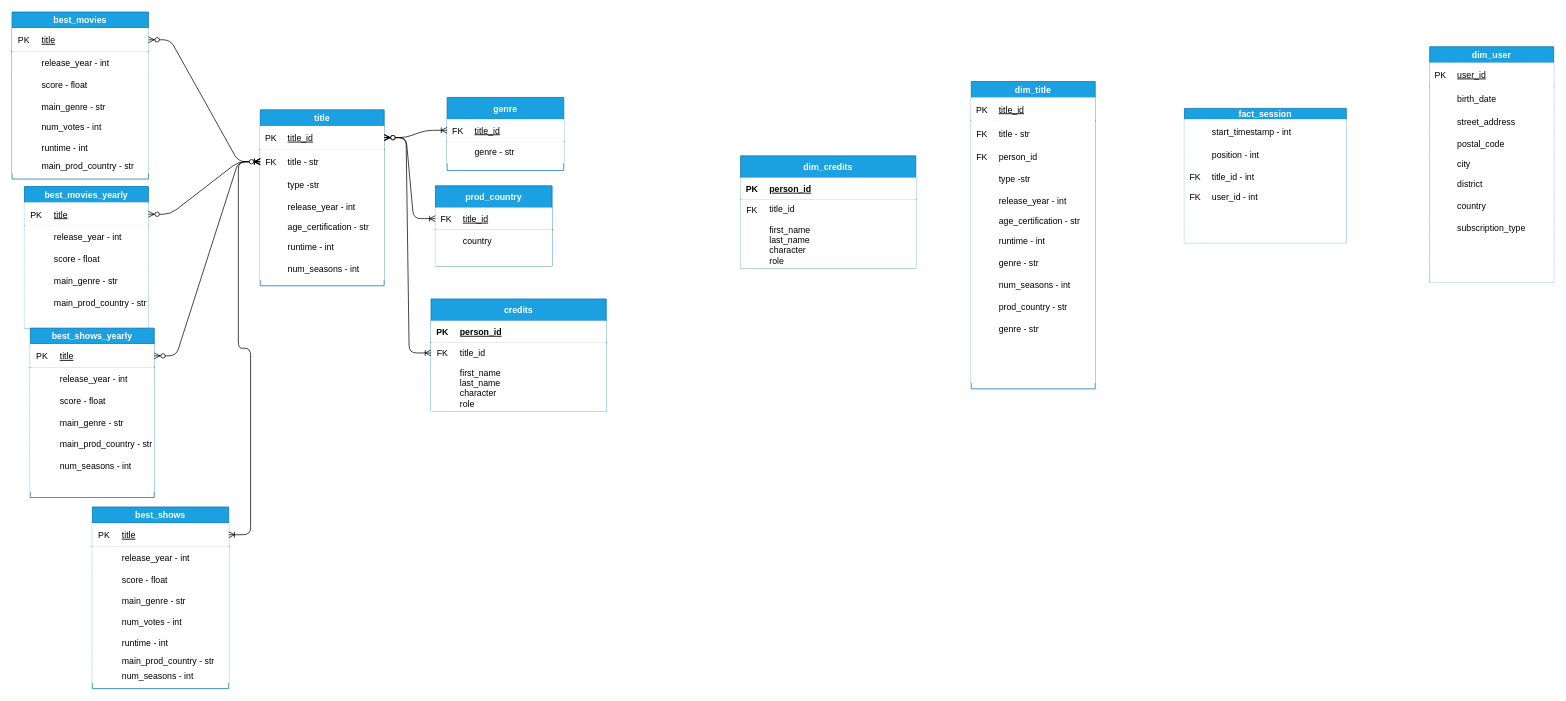
codeslp/recommender_db keeps this draw.io diagram as artifacts/recommender_db.drawio. Above is the earlier version. Source tidied: cells renumbered, new cells numbered last; positions are measured from the earlier drawing's top-left corner, leaving out a move shared by most shapes. Both pictures are drawn from the tidied source at 73%, with x=0, y=0 at pixel (12, 12).
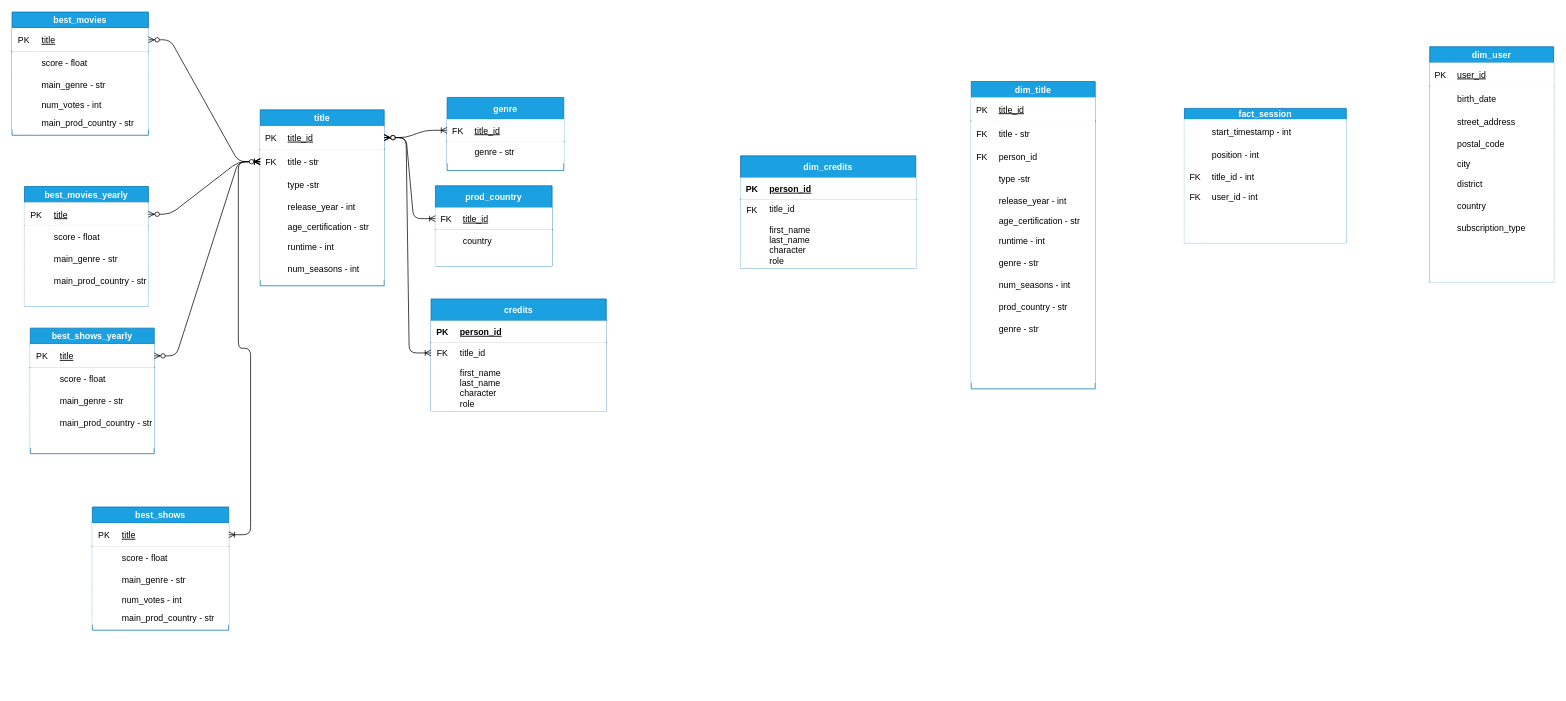
Above is the later version.

Change to the diagram source:
```diff
@@
     <mxCell id="54" value="best_movies_yearly" style="shape=table;startSize=22;childLayout=tableLayout;rowLines=0;fontStyle=1;align=center;fillColor=#1ba1e2;strokeColor=#006EAF;fontColor=#ffffff;" parent="1" vertex="1">
-      <mxGeometry x="17" y="239" width="169.8" height="194" as="geometry" />
+      <mxGeometry x="17" y="239" width="169.8" height="164" as="geometry" />
     </mxCell>
@@
-    <mxCell id="58" style="shape=partialRectangle;top=0;left=0;right=0;bottom=0;" parent="54" vertex="1">
-      <mxGeometry y="54" width="169.8" height="30" as="geometry" />
-    </mxCell>
-    <mxCell id="59" style="shape=partialRectangle;overflow=hidden;top=0;left=0;bottom=0;right=0;" parent="58" vertex="1">
-      <mxGeometry width="32.8" height="30" as="geometry" />
-    </mxCell>
-    <mxCell id="60" value="release_year - int" style="shape=partialRectangle;overflow=hidden;top=0;left=0;bottom=0;right=0;align=left;spacingLeft=6;" parent="58" vertex="1">
-      <mxGeometry x="32.8" width="137" height="30" as="geometry" />
-    </mxCell>
     <mxCell id="61" style="shape=partialRectangle;top=0;left=0;right=0;bottom=0;" parent="54" vertex="1">
-      <mxGeometry y="84" width="169.8" height="30" as="geometry" />
+      <mxGeometry y="54" width="169.8" height="30" as="geometry" />
     </mxCell>
@@
     <mxCell id="64" style="shape=partialRectangle;top=0;left=0;right=0;bottom=0;" parent="54" vertex="1">
-      <mxGeometry y="114" width="169.8" height="30" as="geometry" />
+      <mxGeometry y="84" width="169.8" height="30" as="geometry" />
     </mxCell>
@@
     <mxCell id="67" style="shape=partialRectangle;top=0;left=0;right=0;bottom=0;" parent="54" vertex="1">
-      <mxGeometry y="144" width="169.8" height="30" as="geometry" />
+      <mxGeometry y="114" width="169.8" height="30" as="geometry" />
     </mxCell>
@@
     <mxCell id="70" style="shape=partialRectangle;top=0;left=0;right=0;bottom=0;" parent="54" vertex="1">
-      <mxGeometry y="174" width="169.8" height="20" as="geometry" />
+      <mxGeometry y="144" width="169.8" height="20" as="geometry" />
     </mxCell>
@@
     <mxCell id="74" value="best_movies" style="shape=table;startSize=22;childLayout=tableLayout;rowLines=0;fontStyle=1;align=center;fillColor=#1ba1e2;strokeColor=#006EAF;fontColor=#ffffff;" parent="1" vertex="1">
-      <mxGeometry width="186.8" height="228.8" as="geometry" />
+      <mxGeometry width="186.8" height="168.8" as="geometry" />
     </mxCell>
@@
-    <mxCell id="78" style="shape=partialRectangle;top=0;left=0;right=0;bottom=0;" parent="74" vertex="1">
-      <mxGeometry y="54" width="186.8" height="30" as="geometry" />
-    </mxCell>
-    <mxCell id="79" style="shape=partialRectangle;overflow=hidden;top=0;left=0;bottom=0;right=0;" parent="78" vertex="1">
-      <mxGeometry width="32.8" height="30" as="geometry" />
-    </mxCell>
-    <mxCell id="80" value="release_year - int" style="shape=partialRectangle;overflow=hidden;top=0;left=0;bottom=0;right=0;align=left;spacingLeft=6;" parent="78" vertex="1">
-      <mxGeometry x="32.8" width="154" height="30" as="geometry" />
-    </mxCell>
     <mxCell id="81" style="shape=partialRectangle;top=0;left=0;right=0;bottom=0;" parent="74" vertex="1">
-      <mxGeometry y="84" width="186.8" height="30" as="geometry" />
+      <mxGeometry y="54" width="186.8" height="30" as="geometry" />
     </mxCell>
@@
     <mxCell id="84" style="shape=partialRectangle;top=0;left=0;right=0;bottom=0;" parent="74" vertex="1">
-      <mxGeometry y="114" width="186.8" height="30" as="geometry" />
+      <mxGeometry y="84" width="186.8" height="30" as="geometry" />
     </mxCell>
@@
     <mxCell id="87" style="shape=partialRectangle;top=0;left=0;right=0;bottom=0;" parent="74" vertex="1">
-      <mxGeometry y="144" width="186.8" height="27" as="geometry" />
+      <mxGeometry y="114" width="186.8" height="27" as="geometry" />
     </mxCell>
@@
-    <mxCell id="90" style="shape=partialRectangle;top=0;left=0;right=0;bottom=0;" parent="74" vertex="1">
-      <mxGeometry y="171" width="186.8" height="30" as="geometry" />
-    </mxCell>
-    <mxCell id="91" style="shape=partialRectangle;overflow=hidden;top=0;left=0;bottom=0;right=0;" parent="90" vertex="1">
-      <mxGeometry width="32.8" height="30" as="geometry" />
-    </mxCell>
-    <mxCell id="92" value="runtime - int" style="shape=partialRectangle;overflow=hidden;top=0;left=0;bottom=0;right=0;align=left;spacingLeft=6;" parent="90" vertex="1">
-      <mxGeometry x="32.8" width="154" height="30" as="geometry" />
-    </mxCell>
     <mxCell id="93" style="shape=partialRectangle;top=0;left=0;right=0;bottom=0;" parent="74" vertex="1">
-      <mxGeometry y="201" width="186.8" height="20" as="geometry" />
+      <mxGeometry y="141" width="186.8" height="20" as="geometry" />
     </mxCell>
@@
     <mxCell id="97" value="best_shows_yearly" style="shape=table;startSize=22;childLayout=tableLayout;rowLines=0;fontStyle=1;align=center;fillColor=#1ba1e2;strokeColor=#006EAF;fontColor=#ffffff;" parent="1" vertex="1">
-      <mxGeometry x="25" y="433" width="169.8" height="232" as="geometry" />
+      <mxGeometry x="25" y="433" width="169.8" height="172" as="geometry" />
     </mxCell>
@@
-    <mxCell id="101" style="shape=partialRectangle;top=0;left=0;right=0;bottom=0;" parent="97" vertex="1">
-      <mxGeometry y="54" width="169.8" height="30" as="geometry" />
-    </mxCell>
-    <mxCell id="102" style="shape=partialRectangle;overflow=hidden;top=0;left=0;bottom=0;right=0;" parent="101" vertex="1">
-      <mxGeometry width="32.8" height="30" as="geometry" />
-    </mxCell>
-    <mxCell id="103" value="release_year - int" style="shape=partialRectangle;overflow=hidden;top=0;left=0;bottom=0;right=0;align=left;spacingLeft=6;" parent="101" vertex="1">
-      <mxGeometry x="32.8" width="137" height="30" as="geometry" />
-    </mxCell>
     <mxCell id="104" style="shape=partialRectangle;top=0;left=0;right=0;bottom=0;" parent="97" vertex="1">
-      <mxGeometry y="84" width="169.8" height="30" as="geometry" />
+      <mxGeometry y="54" width="169.8" height="30" as="geometry" />
     </mxCell>
@@
     <mxCell id="107" style="shape=partialRectangle;top=0;left=0;right=0;bottom=0;" parent="97" vertex="1">
-      <mxGeometry y="114" width="169.8" height="30" as="geometry" />
+      <mxGeometry y="84" width="169.8" height="30" as="geometry" />
     </mxCell>
@@
     <mxCell id="110" style="shape=partialRectangle;top=0;left=0;right=0;bottom=0;" parent="97" vertex="1">
-      <mxGeometry y="144" width="169.8" height="30" as="geometry" />
+      <mxGeometry y="114" width="169.8" height="30" as="geometry" />
     </mxCell>
@@
-    <mxCell id="113" style="shape=partialRectangle;top=0;left=0;right=0;bottom=0;" parent="97" vertex="1">
-      <mxGeometry y="174" width="169.8" height="30" as="geometry" />
-    </mxCell>
-    <mxCell id="114" style="shape=partialRectangle;overflow=hidden;top=0;left=0;bottom=0;right=0;" parent="113" vertex="1">
-      <mxGeometry width="32.8" height="30" as="geometry" />
-    </mxCell>
-    <mxCell id="115" value="num_seasons - int" style="shape=partialRectangle;overflow=hidden;top=0;left=0;bottom=0;right=0;align=left;spacingLeft=6;" parent="113" vertex="1">
-      <mxGeometry x="32.8" width="137" height="30" as="geometry" />
-    </mxCell>
     <mxCell id="116" style="shape=partialRectangle;top=0;left=0;right=0;bottom=0;" parent="97" vertex="1">
-      <mxGeometry y="204" width="169.8" height="20" as="geometry" />
+      <mxGeometry y="144" width="169.8" height="20" as="geometry" />
     </mxCell>
@@
     <mxCell id="119" value="best_shows" style="shape=table;startSize=22;childLayout=tableLayout;rowLines=0;fontStyle=1;align=center;fillColor=#1ba1e2;strokeColor=#006EAF;fontColor=#ffffff;" parent="1" vertex="1">
-      <mxGeometry x="110" y="678" width="186.8" height="248.8" as="geometry" />
+      <mxGeometry x="110" y="678" width="186.8" height="168.8" as="geometry" />
     </mxCell>
@@
-    <mxCell id="123" style="shape=partialRectangle;top=0;left=0;right=0;bottom=0;" parent="119" vertex="1">
-      <mxGeometry y="54" width="186.8" height="30" as="geometry" />
-    </mxCell>
-    <mxCell id="124" style="shape=partialRectangle;overflow=hidden;top=0;left=0;bottom=0;right=0;" parent="123" vertex="1">
-      <mxGeometry width="32.8" height="30" as="geometry" />
-    </mxCell>
-    <mxCell id="125" value="release_year - int" style="shape=partialRectangle;overflow=hidden;top=0;left=0;bottom=0;right=0;align=left;spacingLeft=6;" parent="123" vertex="1">
-      <mxGeometry x="32.8" width="154" height="30" as="geometry" />
-    </mxCell>
     <mxCell id="126" style="shape=partialRectangle;top=0;left=0;right=0;bottom=0;" parent="119" vertex="1">
-      <mxGeometry y="84" width="186.8" height="30" as="geometry" />
+      <mxGeometry y="54" width="186.8" height="30" as="geometry" />
     </mxCell>
@@
     <mxCell id="129" style="shape=partialRectangle;top=0;left=0;right=0;bottom=0;" parent="119" vertex="1">
-      <mxGeometry y="114" width="186.8" height="30" as="geometry" />
+      <mxGeometry y="84" width="186.8" height="30" as="geometry" />
     </mxCell>
@@
     <mxCell id="132" style="shape=partialRectangle;top=0;left=0;right=0;bottom=0;" parent="119" vertex="1">
-      <mxGeometry y="144" width="186.8" height="27" as="geometry" />
+      <mxGeometry y="114" width="186.8" height="27" as="geometry" />
     </mxCell>
@@
-    <mxCell id="135" style="shape=partialRectangle;top=0;left=0;right=0;bottom=0;" parent="119" vertex="1">
-      <mxGeometry y="171" width="186.8" height="30" as="geometry" />
-    </mxCell>
-    <mxCell id="136" style="shape=partialRectangle;overflow=hidden;top=0;left=0;bottom=0;right=0;" parent="135" vertex="1">
-      <mxGeometry width="32.8" height="30" as="geometry" />
-    </mxCell>
-    <mxCell id="137" value="runtime - int" style="shape=partialRectangle;overflow=hidden;top=0;left=0;bottom=0;right=0;align=left;spacingLeft=6;" parent="135" vertex="1">
-      <mxGeometry x="32.8" width="154" height="30" as="geometry" />
-    </mxCell>
     <mxCell id="138" style="shape=partialRectangle;top=0;left=0;right=0;bottom=0;" parent="119" vertex="1">
-      <mxGeometry y="201" width="186.8" height="20" as="geometry" />
+      <mxGeometry y="141" width="186.8" height="20" as="geometry" />
     </mxCell>
@@
-    <mxCell id="141" style="shape=partialRectangle;top=0;left=0;right=0;bottom=0;" parent="119" vertex="1">
-      <mxGeometry y="221" width="186.8" height="20" as="geometry" />
-    </mxCell>
-    <mxCell id="142" style="shape=partialRectangle;overflow=hidden;top=0;left=0;bottom=0;right=0;" parent="141" vertex="1">
-      <mxGeometry width="32.8" height="20" as="geometry" />
-    </mxCell>
-    <mxCell id="143" value="num_seasons - int" style="shape=partialRectangle;overflow=hidden;top=0;left=0;bottom=0;right=0;align=left;spacingLeft=6;" parent="141" vertex="1">
-      <mxGeometry x="32.8" width="154" height="20" as="geometry" />
-    </mxCell>
```
